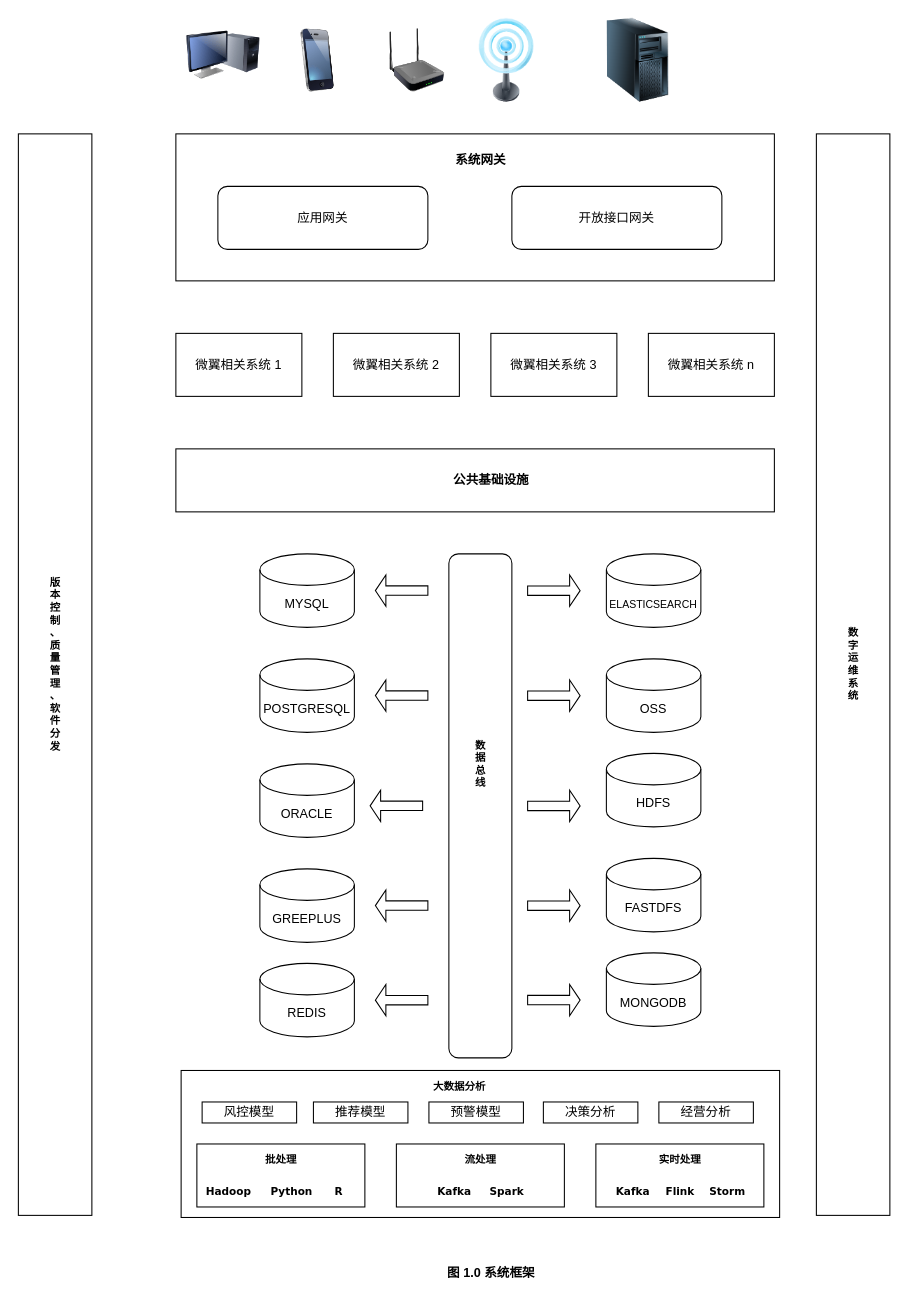
ab-doc/draw.io keeps this draw.io diagram as page "20220929154540" (7 of 7) of src/work/wyjz/service_directory/db_design_20220929.drawio. Above is the earlier version. Source tidied: cells renumbered, new cells numbered last; positions are measured from the earlier drawing's top-left corner, leaving out a move shared by most shapes. Both pictures are drawn from the tidied source at 105%, with x=0, y=0 at pixel (18, 18).
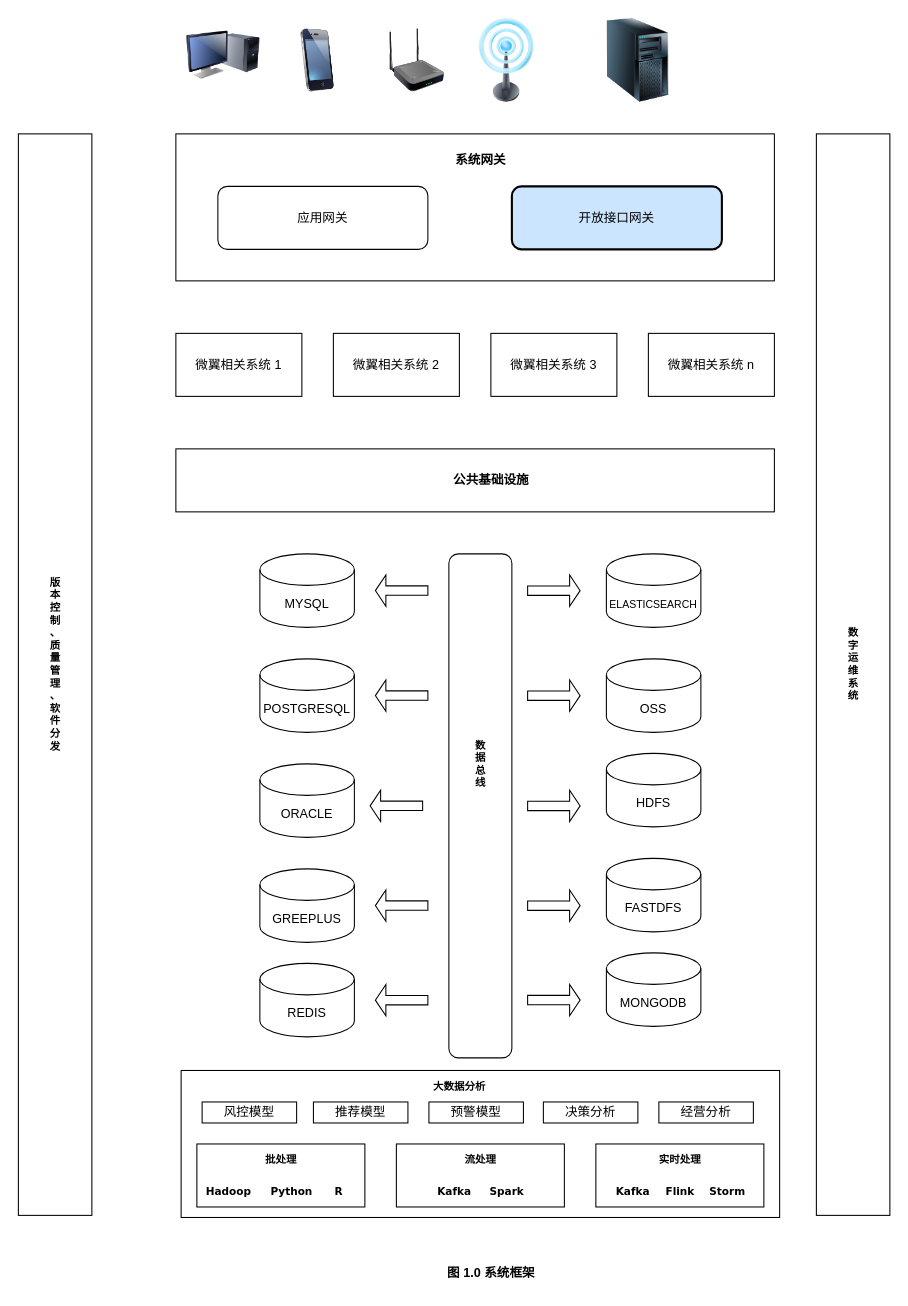
The same page after the edit.

What changed in the source:
```diff
@@
-    <mxCell id="33" value="开放接口网关" style="rounded=1;whiteSpace=wrap;html=1;" parent="1" vertex="1">
+    <mxCell id="33" value="开放接口网关" style="rounded=1;whiteSpace=wrap;html=1;strokeWidth=2;fillColor=#CCE5FF;" parent="1" vertex="1">
       <mxGeometry x="470" y="160" width="200" height="60" as="geometry" />
     </mxCell>
```
